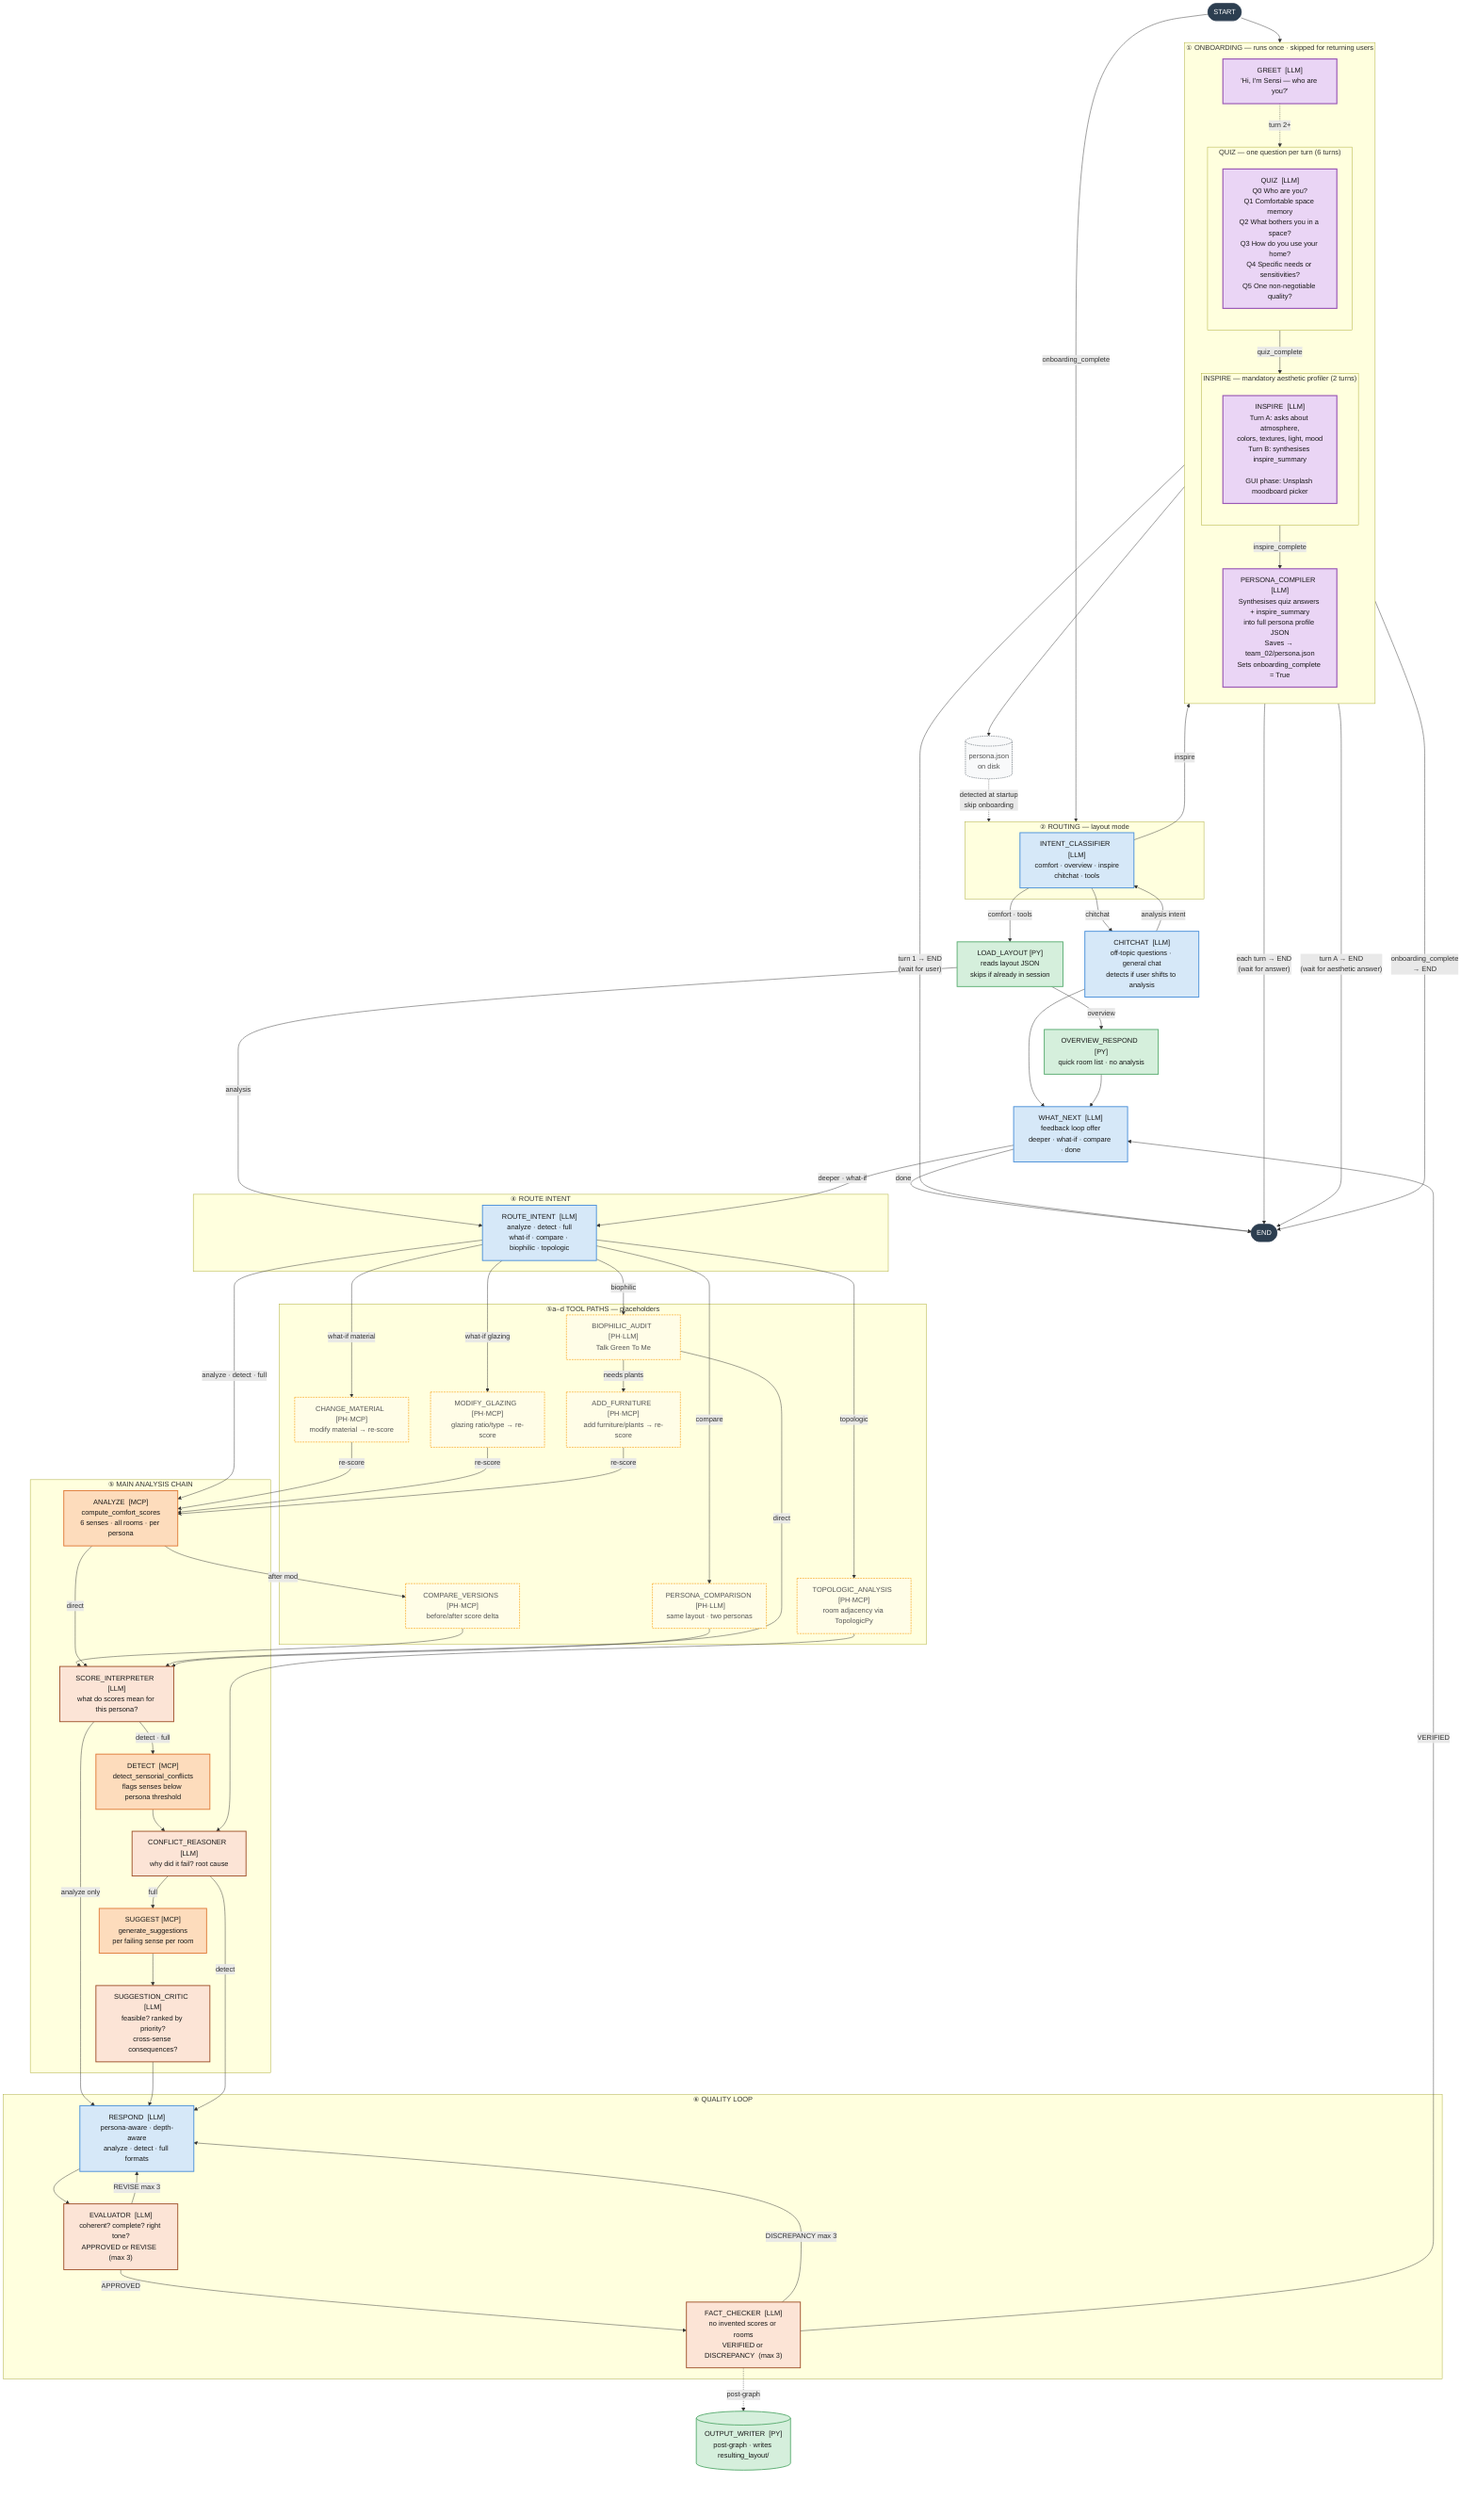
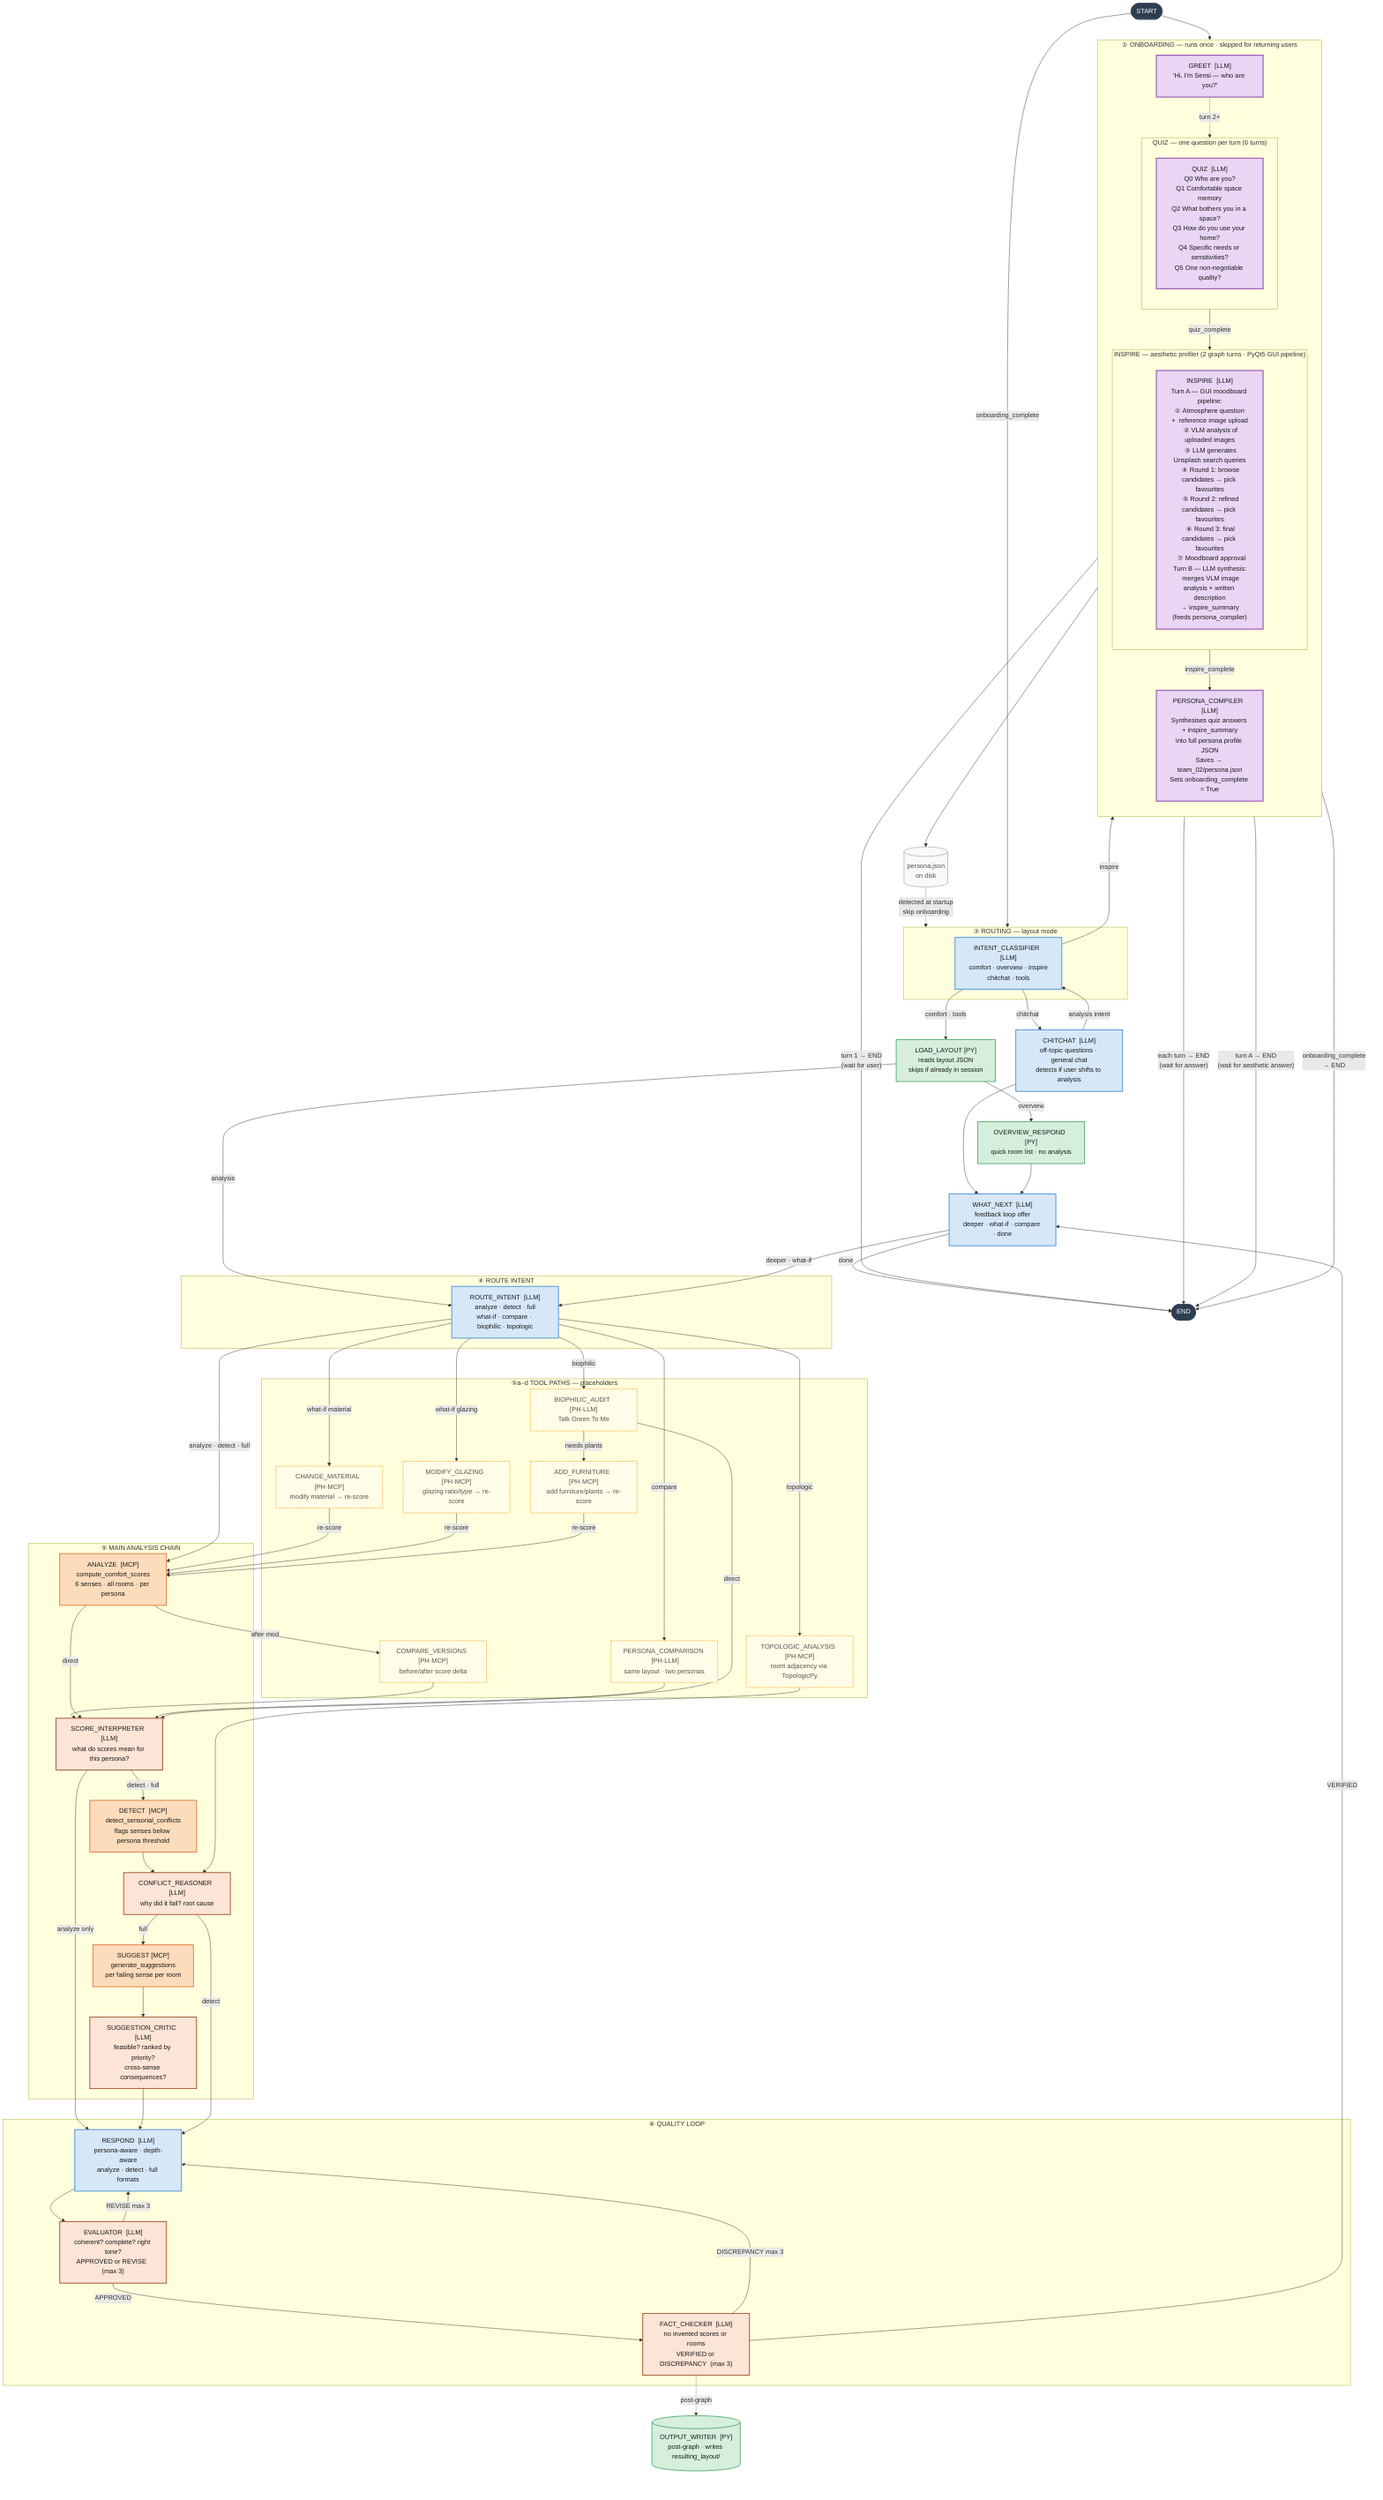
---
config:
  flowchart:
    curve: basis
---
flowchart TB

    %% ── STYLES ─────────────────────────────────────────────────────────────
    classDef llm        fill:#D6E8F8,stroke:#4A90D9,stroke-width:2px,color:#1a1a1a
    classDef py         fill:#D5EFDC,stroke:#5BAD72,stroke-width:2px,color:#1a1a1a
    classDef mcp        fill:#FDDCBC,stroke:#E07B3A,stroke-width:2px,color:#1a1a1a
    classDef onboard    fill:#EAD5F5,stroke:#9B59B6,stroke-width:2.5px,color:#1a1a1a
    classDef specialist fill:#FCE4D6,stroke:#A0522D,stroke-width:2px,color:#1a1a1a
    classDef ph         fill:#FFFDE7,stroke:#F9A825,stroke-width:1.5px,stroke-dasharray:4 2,color:#555
    classDef terminal   fill:#2C3E50,stroke:#2C3E50,color:#fff
    classDef gate       fill:#F8F9FA,stroke:#6C757D,stroke-width:1.5px,stroke-dasharray:3 2,color:#555

    START([START]):::terminal
    END_F([END]):::terminal

    %% ── ① ONBOARDING ────────────────────────────────────────────────────────
    subgraph ONBOARDING["① ONBOARDING  —  runs once · skipped for returning users"]
        direction TB
        GREET["GREET  [LLM]\n'Hi, I'm Sensi — who are you?'"]:::onboard

        subgraph QUIZ_BOX["QUIZ  —  one question per turn  (6 turns)"]
            direction TB
            QUIZ["QUIZ  [LLM]\nQ0 Who are you?\nQ1 Comfortable space memory\nQ2 What bothers you in a space?\nQ3 How do you use your home?\nQ4 Specific needs or sensitivities?\nQ5 One non-negotiable quality?"]:::onboard
        end

-         subgraph INSPIRE_BOX["INSPIRE  —  mandatory aesthetic profiler  (2 turns)"]
+         subgraph INSPIRE_BOX["INSPIRE  —  aesthetic profiler  (2 graph turns · PyQt5 GUI pipeline)"]
            direction TB
-             INSPIRE["INSPIRE  [LLM]\nTurn A: asks about atmosphere,\ncolors, textures, light, mood\nTurn B: synthesises inspire_summary\n\nGUI phase: Unsplash moodboard picker"]:::onboard
+             INSPIRE["INSPIRE  [LLM]\nTurn A — GUI moodboard pipeline:\n  ① Atmosphere question  +  reference image upload\n  ② VLM analysis of uploaded images\n  ③ LLM generates Unsplash search queries\n  ④ Round 1: browse candidates → pick favourites\n  ⑤ Round 2: refined candidates → pick favourites\n  ⑥ Round 3: final candidates → pick favourites\n  ⑦ Moodboard approval\nTurn B — LLM synthesis:\n  merges VLM image analysis + written description\n  → inspire_summary  (feeds persona_compiler)"]:::onboard
        end

        PERSONA_COMPILER["PERSONA_COMPILER  [LLM]\nSynthesises quiz answers + inspire_summary\ninto full persona profile JSON\nSaves → team_02/persona.json\nSets onboarding_complete = True"]:::onboard
    end

    PERSONA_FILE[("persona.json\non disk")]:::gate

    %% ── ② ROUTING  (layout mode) ────────────────────────────────────────────
    subgraph ROUTING["② ROUTING  —  layout mode"]
        INTENT_CLASSIFIER["INTENT_CLASSIFIER  [LLM]\ncomfort · overview · inspire\nchitchat · tools"]:::llm
    end

    CHITCHAT["CHITCHAT  [LLM]\noff-topic questions · general chat\ndetects if user shifts to analysis"]:::llm
    OVERVIEW_RESPOND["OVERVIEW_RESPOND  [PY]\nquick room list · no analysis"]:::py

    %% ── ③ LAYOUT ────────────────────────────────────────────────────────────
    LOAD_LAYOUT["LOAD_LAYOUT  [PY]\nreads layout JSON\nskips if already in session"]:::py

    %% ── ④ ROUTE INTENT ──────────────────────────────────────────────────────
    subgraph INTENT["④ ROUTE INTENT"]
        ROUTE_INTENT["ROUTE_INTENT  [LLM]\nanalyze · detect · full\nwhat-if · compare · biophilic · topologic"]:::llm
    end

    %% ── ⑤ MAIN ANALYSIS CHAIN ───────────────────────────────────────────────
    subgraph ANALYSIS["⑤ MAIN ANALYSIS CHAIN"]
        ANALYZE["ANALYZE  [MCP]\ncompute_comfort_scores\n6 senses · all rooms · per persona"]:::mcp
        SCORE_INTERP["SCORE_INTERPRETER  [LLM]\nwhat do scores mean for this persona?"]:::specialist
        DETECT["DETECT  [MCP]\ndetect_sensorial_conflicts\nflags senses below persona threshold"]:::mcp
        CONFLICT_R["CONFLICT_REASONER  [LLM]\nwhy did it fail? root cause"]:::specialist
        SUGGEST["SUGGEST  [MCP]\ngenerate_suggestions\nper failing sense per room"]:::mcp
        SUGGEST_CRIT["SUGGESTION_CRITIC  [LLM]\nfeasible? ranked by priority?\ncross-sense consequences?"]:::specialist
    end

    %% ── ⑤a–d TOOL PATHS (placeholders) ─────────────────────────────────────
    subgraph TOOLS["⑤a–d TOOL PATHS  —  placeholders"]
        CHANGE_MATERIAL["CHANGE_MATERIAL  [PH·MCP]\nmodify material → re-score"]:::ph
        MODIFY_GLAZING["MODIFY_GLAZING  [PH·MCP]\nglazing ratio/type → re-score"]:::ph
        ADD_FURNITURE["ADD_FURNITURE  [PH·MCP]\nadd furniture/plants → re-score"]:::ph
        COMPARE_VERSIONS["COMPARE_VERSIONS  [PH·MCP]\nbefore/after score delta"]:::ph
        TOPOLOGIC["TOPOLOGIC_ANALYSIS  [PH·MCP]\nroom adjacency via TopologicPy"]:::ph
        PERSONA_COMPARISON["PERSONA_COMPARISON  [PH·LLM]\nsame layout · two personas"]:::ph
        BIOPHILIC_AUDIT["BIOPHILIC_AUDIT  [PH·LLM]\nTalk Green To Me"]:::ph
    end

    %% ── ⑥ QUALITY LOOP ──────────────────────────────────────────────────────
    subgraph QUALITY["⑥ QUALITY LOOP"]
        RESPOND["RESPOND  [LLM]\npersona-aware · depth-aware\nanalyze · detect · full formats"]:::llm
        EVALUATOR["EVALUATOR  [LLM]\ncoherent? complete? right tone?\nAPPROVED or REVISE  (max 3)"]:::specialist
        FACT_CHECK["FACT_CHECKER  [LLM]\nno invented scores or rooms\nVERIFIED or DISCREPANCY  (max 3)"]:::specialist
    end

    %% ── ⑦ FEEDBACK LOOP ─────────────────────────────────────────────────────
    WHAT_NEXT["WHAT_NEXT  [LLM]\nfeedback loop offer\ndeeper · what-if · compare · done"]:::llm

    OUTPUT_WRITER[("OUTPUT_WRITER  [PY]\npost-graph · writes resulting_layout/")]:::py

    %% ── EDGES ────────────────────────────────────────────────────────────────

    %% Onboarding (sequential, one turn each)
    START --> GREET
    GREET -->|"turn 1 → END\n(wait for user)"| END_F
    GREET -.->|"turn 2+"| QUIZ
    QUIZ -->|"each turn → END\n(wait for answer)"| END_F
    QUIZ -->|"quiz_complete"| INSPIRE
    INSPIRE -->|"turn A → END\n(wait for aesthetic answer)"| END_F
    INSPIRE -->|"inspire_complete"| PERSONA_COMPILER
    PERSONA_COMPILER --> PERSONA_FILE
    PERSONA_COMPILER -->|"onboarding_complete\n→ END"| END_F

    %% Returning users skip onboarding
    PERSONA_FILE -.->|"detected at startup\nskip onboarding"| ROUTING

    %% Layout mode entry
    START -->|"onboarding_complete"| ROUTING

    %% Routing
    INTENT_CLASSIFIER -->|"comfort · tools"| LOAD_LAYOUT
    INTENT_CLASSIFIER -->|"inspire"| INSPIRE
    INTENT_CLASSIFIER -->|"chitchat"| CHITCHAT
    CHITCHAT -->|"analysis intent"| INTENT_CLASSIFIER
    CHITCHAT --> WHAT_NEXT

    %% Layout
    LOAD_LAYOUT -->|"overview"| OVERVIEW_RESPOND --> WHAT_NEXT
    LOAD_LAYOUT -->|"analysis"| ROUTE_INTENT

    %% Route intent → tool paths and analysis
    ROUTE_INTENT -->|"analyze · detect · full"| ANALYZE
    ROUTE_INTENT -->|"what-if material"| CHANGE_MATERIAL
    ROUTE_INTENT -->|"what-if glazing"| MODIFY_GLAZING
    ROUTE_INTENT -->|"compare"| PERSONA_COMPARISON
    ROUTE_INTENT -->|"biophilic"| BIOPHILIC_AUDIT
    ROUTE_INTENT -->|"topologic"| TOPOLOGIC

    %% Modification tools → re-score
    CHANGE_MATERIAL & MODIFY_GLAZING & ADD_FURNITURE -->|"re-score"| ANALYZE
    ANALYZE -->|"after mod"| COMPARE_VERSIONS --> SCORE_INTERP
    ANALYZE -->|"direct"| SCORE_INTERP

    %% Analysis chain
    SCORE_INTERP -->|"detect · full"| DETECT
    SCORE_INTERP -->|"analyze only"| RESPOND
    DETECT --> CONFLICT_R
    CONFLICT_R -->|"full"| SUGGEST --> SUGGEST_CRIT --> RESPOND
    CONFLICT_R -->|"detect"| RESPOND

    %% Spatial + persona comparison feeds
    TOPOLOGIC --> CONFLICT_R
    PERSONA_COMPARISON --> SCORE_INTERP
    BIOPHILIC_AUDIT -->|"needs plants"| ADD_FURNITURE
    BIOPHILIC_AUDIT -->|"direct"| SCORE_INTERP

    %% Quality loop
    RESPOND --> EVALUATOR
    EVALUATOR -->|"REVISE  max 3"| RESPOND
    EVALUATOR -->|"APPROVED"| FACT_CHECK
    FACT_CHECK -->|"DISCREPANCY  max 3"| RESPOND
    FACT_CHECK -->|"VERIFIED"| WHAT_NEXT
    FACT_CHECK -.->|"post-graph"| OUTPUT_WRITER

    %% Feedback
    WHAT_NEXT -->|"deeper · what-if"| ROUTE_INTENT
    WHAT_NEXT -->|"done"| END_F
